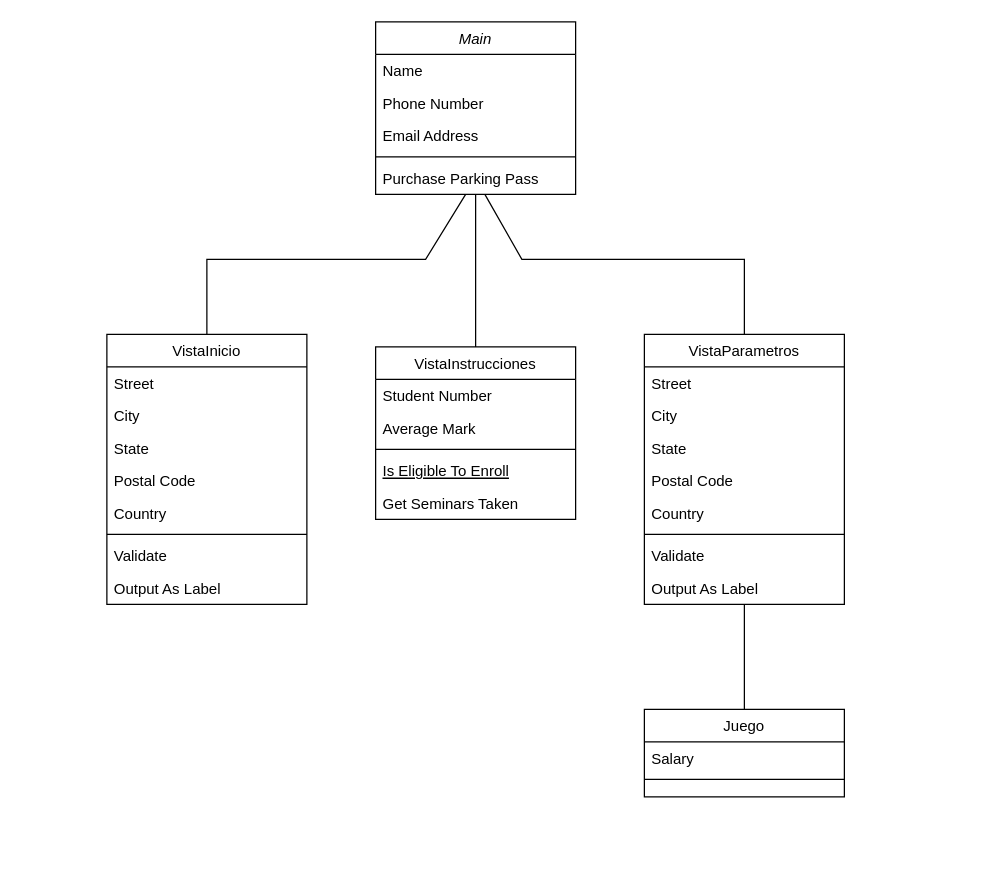
Above: Diagrama de Clases MiniProyecto1.drawio in puyojulian/MiniProyecto1FPOE (draw.io), before the change. Source tidied: cells renumbered, new cells numbered last; positions are measured from the earlier drawing's top-left corner, leaving out a move shared by most shapes. Both pictures are drawn from the tidied source at 125%, with x=0, y=0 at pixel (106, 21).
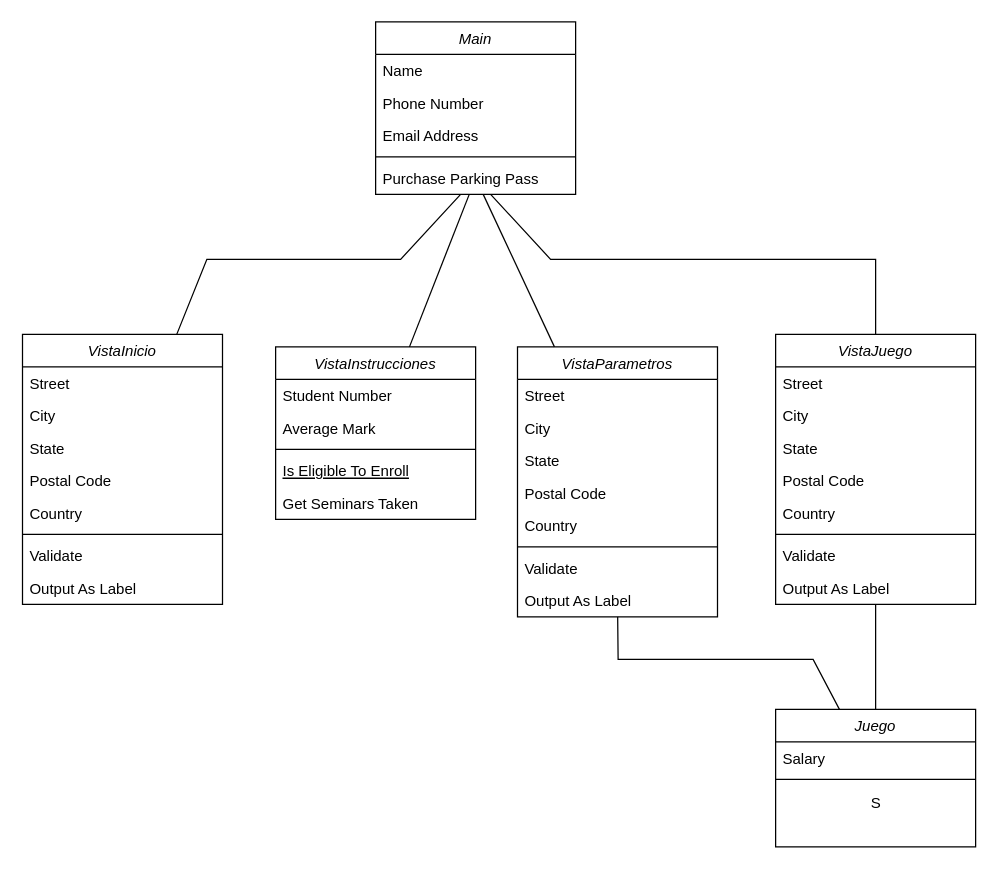
After the change.

Commit message:
Class VistaJuego added - Class Juego linked with VistaParametros and VistaJuego - No attributes nor methods defined yet

The change refers to these unchanged cells:
```xml
<mxCell id="7" value="Purchase Parking Pass" style="text;align=left;verticalAlign=top;spacingLeft=4;spacingRight=4;overflow=hidden;points=[[0,0.5],[1,0.5]];portConstraint=eastwest;" parent="2" vertex="1">
  <mxGeometry y="112" width="160" height="26" as="geometry" />
</mxCell>
<mxCell id="34" value="Output As Label" style="text;align=left;verticalAlign=top;spacingLeft=4;spacingRight=4;overflow=hidden;points=[[0,0.5],[1,0.5]];portConstraint=eastwest;" parent="26" vertex="1">
  <mxGeometry y="190" width="160" height="26" as="geometry" />
</mxCell>
```

The edit, as a diff of the source:
```diff
@@
-    <mxCell id="8" value="VistaInstrucciones" style="swimlane;fontStyle=0;align=center;verticalAlign=top;horizontal=1;startSize=26;rounded=0;shadow=0;strokeWidth=1;" parent="1" vertex="1">
-      <mxGeometry x="215" y="260" width="160" height="138" as="geometry" />
+    <mxCell id="8" value="VistaInstrucciones" style="swimlane;fontStyle=2;align=center;verticalAlign=top;horizontal=1;startSize=26;rounded=0;shadow=0;strokeWidth=1;" parent="1" vertex="1">
+      <mxGeometry x="135" y="260" width="160" height="138" as="geometry" />
     </mxCell>
@@
-    <mxCell id="14" value="Juego" style="swimlane;fontStyle=0;align=center;verticalAlign=top;horizontal=1;startSize=26;rounded=0;shadow=0;strokeWidth=1;" parent="1" vertex="1">
-      <mxGeometry x="430" y="550" width="160" height="70" as="geometry" />
+    <mxCell id="14" value="Juego" style="swimlane;fontStyle=2;align=center;verticalAlign=top;horizontal=1;startSize=26;rounded=0;shadow=0;strokeWidth=1;" parent="1" vertex="1">
+      <mxGeometry x="535" y="550" width="160" height="110" as="geometry" />
     </mxCell>
@@
+    <mxCell id="39" value="S" style="text;html=1;align=center;verticalAlign=middle;strokeColor=none;fillColor=none;" parent="14" vertex="1">
+      <mxGeometry y="60" width="160" height="30" as="geometry" />
+    </mxCell>
-    <mxCell id="17" value="VistaInicio" style="swimlane;fontStyle=0;align=center;verticalAlign=top;horizontal=1;startSize=26;rounded=0;shadow=0;strokeWidth=1;" parent="1" vertex="1">
-      <mxGeometry y="250" width="160" height="216" as="geometry" />
+    <mxCell id="17" value="VistaInicio" style="swimlane;fontStyle=2;align=center;verticalAlign=top;horizontal=1;startSize=26;rounded=0;shadow=0;strokeWidth=1;" parent="1" vertex="1">
+      <mxGeometry x="-67.5" y="250" width="160" height="216" as="geometry" />
     </mxCell>
@@
-    <mxCell id="26" value="VistaParametros" style="swimlane;fontStyle=0;align=center;verticalAlign=top;horizontal=1;startSize=26;rounded=0;shadow=0;strokeWidth=1;" parent="1" vertex="1">
-      <mxGeometry x="430" y="250" width="160" height="216" as="geometry" />
+    <mxCell id="26" value="VistaParametros" style="swimlane;fontStyle=2;align=center;verticalAlign=top;horizontal=1;startSize=26;rounded=0;shadow=0;strokeWidth=1;" parent="1" vertex="1">
+      <mxGeometry x="328.5" y="260" width="160" height="216" as="geometry" />
     </mxCell>
@@
     <mxCell id="35" style="endArrow=none;html=1;rounded=0;" parent="1" edge="1" source="17" target="7">
       <mxGeometry relative="1" as="geometry">
         <Array as="points">
           <mxPoint x="80" y="190" />
-          <mxPoint x="255" y="190" />
+          <mxPoint x="235" y="190" />
         </Array>
       </mxGeometry>
     </mxCell>
     <mxCell id="36" style="endArrow=none;html=1;rounded=0;" parent="1" edge="1" source="26" target="7">
-      <mxGeometry relative="1" as="geometry">
-        <Array as="points">
-          <mxPoint x="510" y="190" />
-          <mxPoint x="332" y="190" />
-        </Array>
-      </mxGeometry>
+      <mxGeometry relative="1" as="geometry" />
     </mxCell>
@@
-    <mxCell id="38" style="endArrow=none;html=1;rounded=0;" parent="1" edge="1" source="14" target="34">
+    <mxCell id="38" style="endArrow=none;html=1;rounded=0;" parent="1" edge="1" source="14" target="48">
       <mxGeometry relative="1" as="geometry" />
     </mxCell>
+    <mxCell id="40" value="VistaJuego" style="swimlane;fontStyle=2;align=center;verticalAlign=top;horizontal=1;startSize=26;rounded=0;shadow=0;strokeWidth=1;" parent="1" vertex="1">
+      <mxGeometry x="535" y="250" width="160" height="216" as="geometry" />
+    </mxCell>
+    <mxCell id="41" value="Street" style="text;align=left;verticalAlign=top;spacingLeft=4;spacingRight=4;overflow=hidden;" parent="40" vertex="1">
+      <mxGeometry y="26" width="160" height="26" as="geometry" />
+    </mxCell>
+    <mxCell id="42" value="City" style="text;align=left;verticalAlign=top;spacingLeft=4;spacingRight=4;overflow=hidden;rounded=0;shadow=0;html=0;" parent="40" vertex="1">
+      <mxGeometry y="52" width="160" height="26" as="geometry" />
+    </mxCell>
+    <mxCell id="43" value="State" style="text;align=left;verticalAlign=top;spacingLeft=4;spacingRight=4;overflow=hidden;rounded=0;shadow=0;html=0;" parent="40" vertex="1">
+      <mxGeometry y="78" width="160" height="26" as="geometry" />
+    </mxCell>
+    <mxCell id="44" value="Postal Code" style="text;align=left;verticalAlign=top;spacingLeft=4;spacingRight=4;overflow=hidden;rounded=0;shadow=0;html=0;" parent="40" vertex="1">
+      <mxGeometry y="104" width="160" height="26" as="geometry" />
+    </mxCell>
+    <mxCell id="45" value="Country" style="text;align=left;verticalAlign=top;spacingLeft=4;spacingRight=4;overflow=hidden;rounded=0;shadow=0;html=0;" parent="40" vertex="1">
+      <mxGeometry y="130" width="160" height="26" as="geometry" />
+    </mxCell>
+    <mxCell id="46" style="line;html=1;strokeWidth=1;align=left;verticalAlign=middle;spacingTop=-1;spacingLeft=3;spacingRight=3;labelPosition=right;" parent="40" vertex="1">
+      <mxGeometry y="156" width="160" height="8" as="geometry" />
+    </mxCell>
+    <mxCell id="47" value="Validate" style="text;align=left;verticalAlign=top;spacingLeft=4;spacingRight=4;overflow=hidden;" parent="40" vertex="1">
+      <mxGeometry y="164" width="160" height="26" as="geometry" />
+    </mxCell>
+    <mxCell id="48" value="Output As Label" style="text;align=left;verticalAlign=top;spacingLeft=4;spacingRight=4;overflow=hidden;points=[[0,0.5],[1,0.5]];portConstraint=eastwest;" parent="40" vertex="1">
+      <mxGeometry y="190" width="160" height="26" as="geometry" />
+    </mxCell>
+    <mxCell id="49" style="endArrow=none;html=1;rounded=0;" parent="1" edge="1" source="7" target="40">
+      <mxGeometry relative="1" as="geometry">
+        <Array as="points">
+          <mxPoint x="355" y="190" />
+          <mxPoint x="615" y="190" />
+        </Array>
+      </mxGeometry>
+    </mxCell>
+    <mxCell id="50" style="endArrow=none;html=1;rounded=0;" parent="1" edge="1" source="14" target="34">
+      <mxGeometry relative="1" as="geometry">
+        <Array as="points">
+          <mxPoint x="565" y="510" />
+          <mxPoint x="409" y="510" />
+        </Array>
+      </mxGeometry>
+    </mxCell>
```
